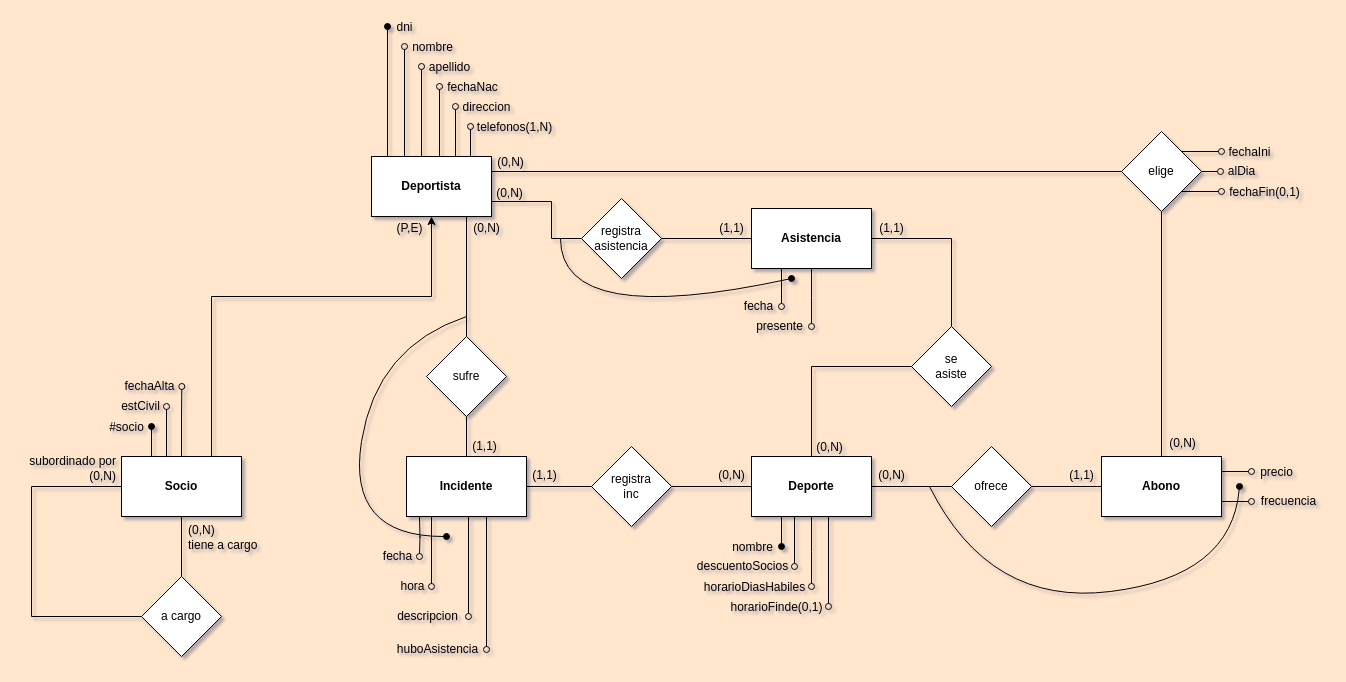
Earlier version of the draw.io diagram BD/01-modelos/09-deportes/ej9-conceptual.drawio (sergiocld99/unlp-tramo-final). Source tidied: cells renumbered, new cells numbered last; positions are measured from the earlier drawing's top-left corner, leaving out a move shared by most shapes. Both pictures are drawn from the tidied source at 100%, with x=0, y=0 at pixel (17, 17).
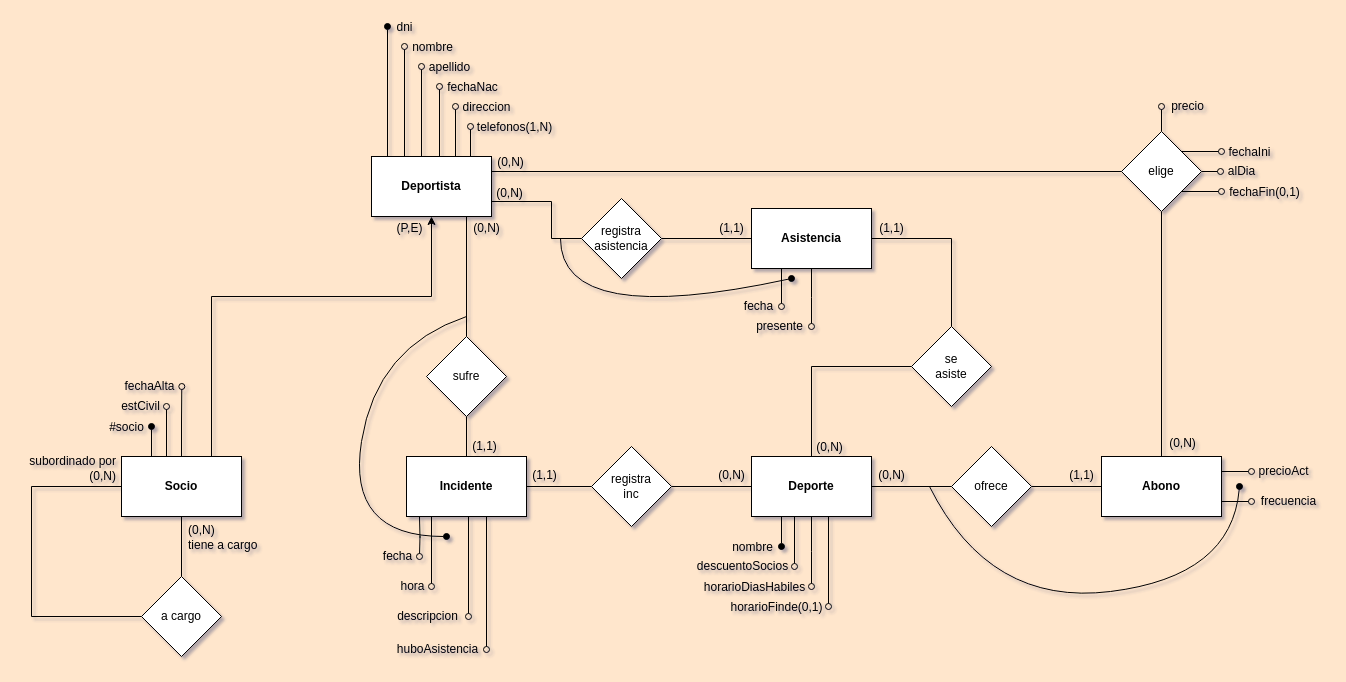
Above is the later version.

Unchanged cells that the change refers to:
```xml
<mxCell id="34" value="elige" style="rhombus;whiteSpace=wrap;html=1;" parent="1" vertex="1">
  <mxGeometry x="1104" y="114" width="80" height="80" as="geometry" />
</mxCell>
```

Change to the diagram source:
```diff
@@
+    <mxCell id="96" style="edgeStyle=orthogonalEdgeStyle;rounded=0;jettySize=auto;html=1;exitX=0.5;exitY=0;exitDx=0;exitDy=0;endArrow=oval;endFill=0;" parent="1" edge="1" source="34">
+      <mxGeometry relative="1" as="geometry">
+        <mxPoint x="1144" y="89" as="targetPoint" />
+      </mxGeometry>
+    </mxCell>
@@
-    <mxCell id="74" value="precio" style="text;html=1;align=center;verticalAlign=middle;strokeColor=none;fillColor=none;" parent="1" vertex="1">
-      <mxGeometry x="1234" y="445" width="50" height="20" as="geometry" />
+    <mxCell id="74" value="precioAct" style="text;html=1;align=center;verticalAlign=middle;strokeColor=none;fillColor=none;" parent="1" vertex="1">
+      <mxGeometry x="1231" y="444" width="70" height="20" as="geometry" />
     </mxCell>
@@
+    <mxCell id="97" value="precio" style="text;html=1;align=center;verticalAlign=middle;strokeColor=none;fillColor=none;" parent="1" vertex="1">
+      <mxGeometry x="1145" y="79" width="50" height="20" as="geometry" />
+    </mxCell>
```
